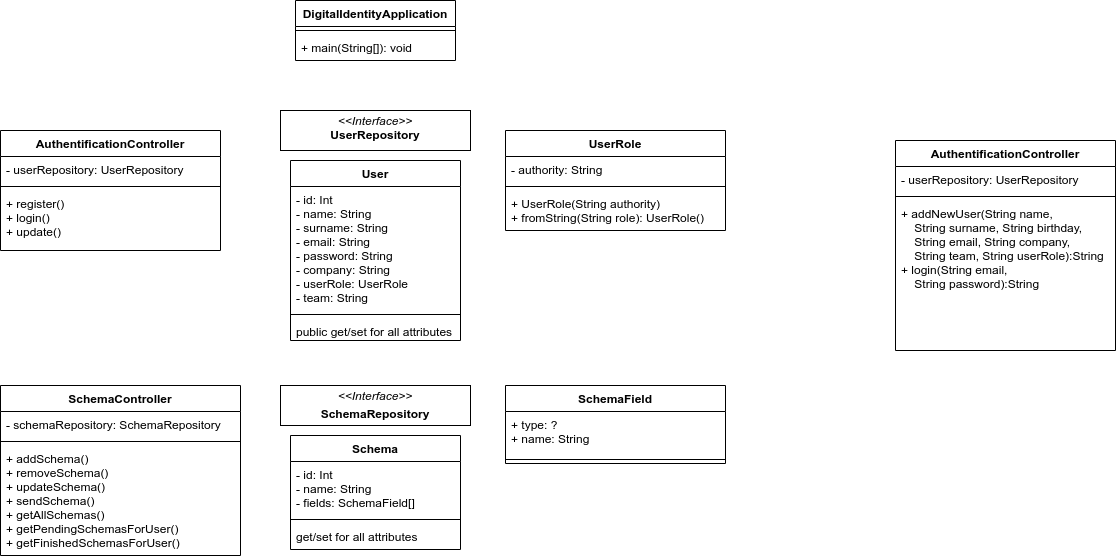
Earlier version of the draw.io export Documentation/classdiagram/Backend_Classdiagram.drawio.png (amosproj/amos2022ss04-digital-identity). Source tidied: cells renumbered, new cells last; positions are measured from the earlier drawing's top-left corner, leaving out a move shared by most shapes.
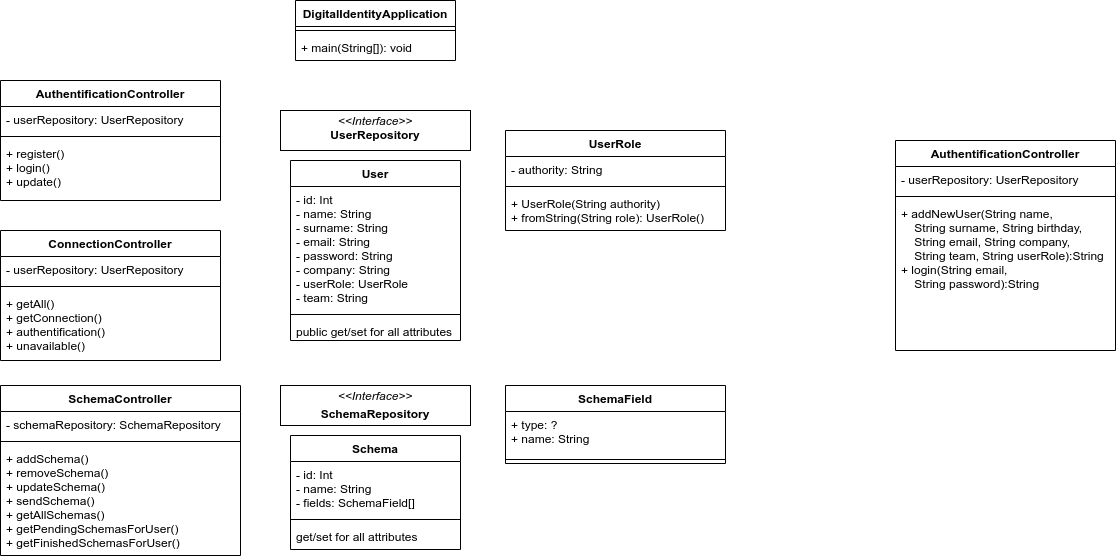
After the change.

Commit message:
Update software architecture document

Change to the diagram source:
```diff
@@ -12,7 +12,7 @@
       <mxGeometry y="34" width="160" height="26" as="geometry" />
     </mxCell>
     <mxCell id="5" value="AuthentificationController" style="swimlane;fontStyle=1;align=center;verticalAlign=top;horizontal=1;startSize=26;" parent="1" vertex="1">
-      <mxGeometry y="130" width="220" height="120" as="geometry" />
+      <mxGeometry y="80" width="220" height="120" as="geometry" />
     </mxCell>
     <mxCell id="6" value="- userRepository: UserRepository" style="text;strokeColor=none;fillColor=none;align=left;verticalAlign=top;spacingLeft=4;spacingRight=4;overflow=hidden;" parent="5" vertex="1">
       <mxGeometry y="26" width="220" height="26" as="geometry" />
@@ -98,5 +98,17 @@
     <mxCell id="33" value="+ addNewUser(String name,&#10;    String surname, String birthday,&#10;    String email, String company,&#10;    String team, String userRole):String&#10;+ login(String email,&#10;    String password):String&#10;&#10;" style="text;strokeColor=none;fillColor=none;align=left;verticalAlign=top;spacingLeft=4;spacingRight=4;overflow=hidden;" parent="30" vertex="1">
       <mxGeometry y="60" width="220" height="150" as="geometry" />
     </mxCell>
+    <mxCell id="34" value="ConnectionController" style="swimlane;fontStyle=1;align=center;verticalAlign=top;horizontal=1;startSize=26;" parent="1" vertex="1">
+      <mxGeometry y="230" width="220" height="130" as="geometry" />
+    </mxCell>
+    <mxCell id="35" value="- userRepository: UserRepository" style="text;strokeColor=none;fillColor=none;align=left;verticalAlign=top;spacingLeft=4;spacingRight=4;overflow=hidden;" parent="34" vertex="1">
+      <mxGeometry y="26" width="220" height="26" as="geometry" />
+    </mxCell>
+    <mxCell id="36" style="line;strokeWidth=1;fillColor=none;align=left;verticalAlign=middle;spacingTop=-1;spacingLeft=3;spacingRight=3;labelPosition=right;" parent="34" vertex="1">
+      <mxGeometry y="52" width="220" height="8" as="geometry" />
+    </mxCell>
+    <mxCell id="37" value="+ getAll() &#10;+ getConnection()&#10;+ authentification()&#10;+ unavailable()&#10;" style="text;strokeColor=none;fillColor=none;align=left;verticalAlign=top;spacingLeft=4;spacingRight=4;overflow=hidden;" parent="34" vertex="1">
+      <mxGeometry y="60" width="220" height="70" as="geometry" />
+    </mxCell>
   </root>
 </mxGraphModel>
```
